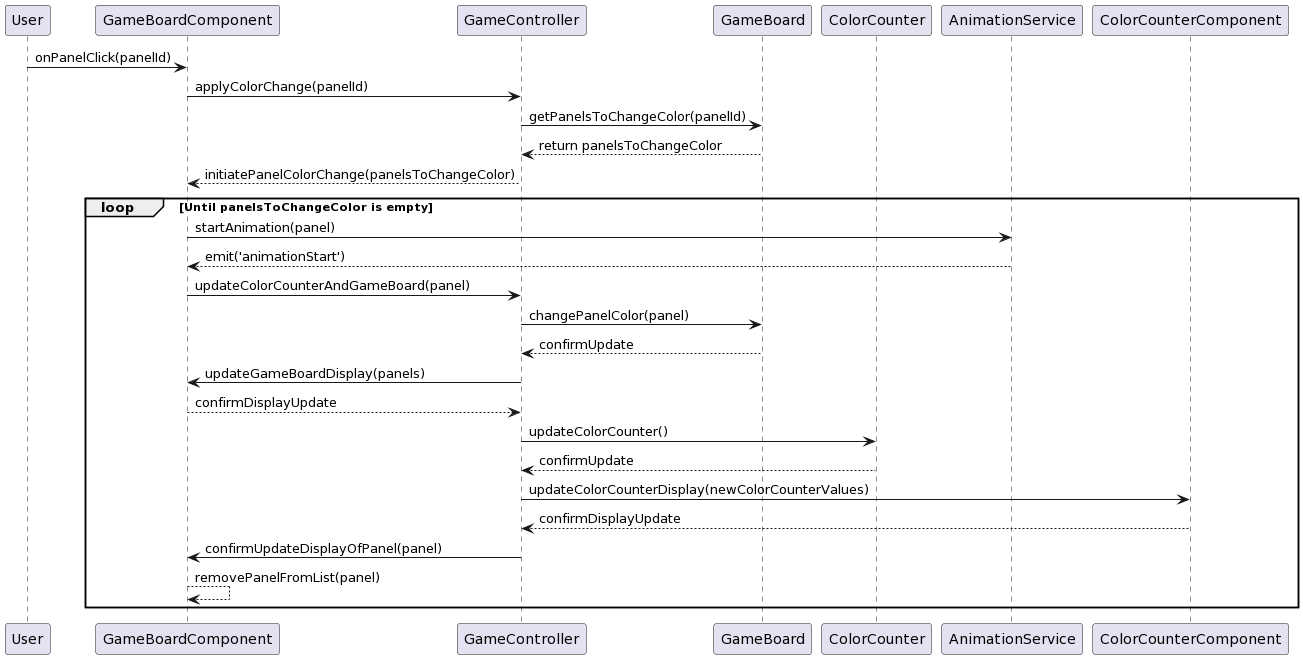
Earlier version of the PlantUML export docs/GamePlayInteractionFlow.png (AkamatsuYuu1987/TS-Attack25).
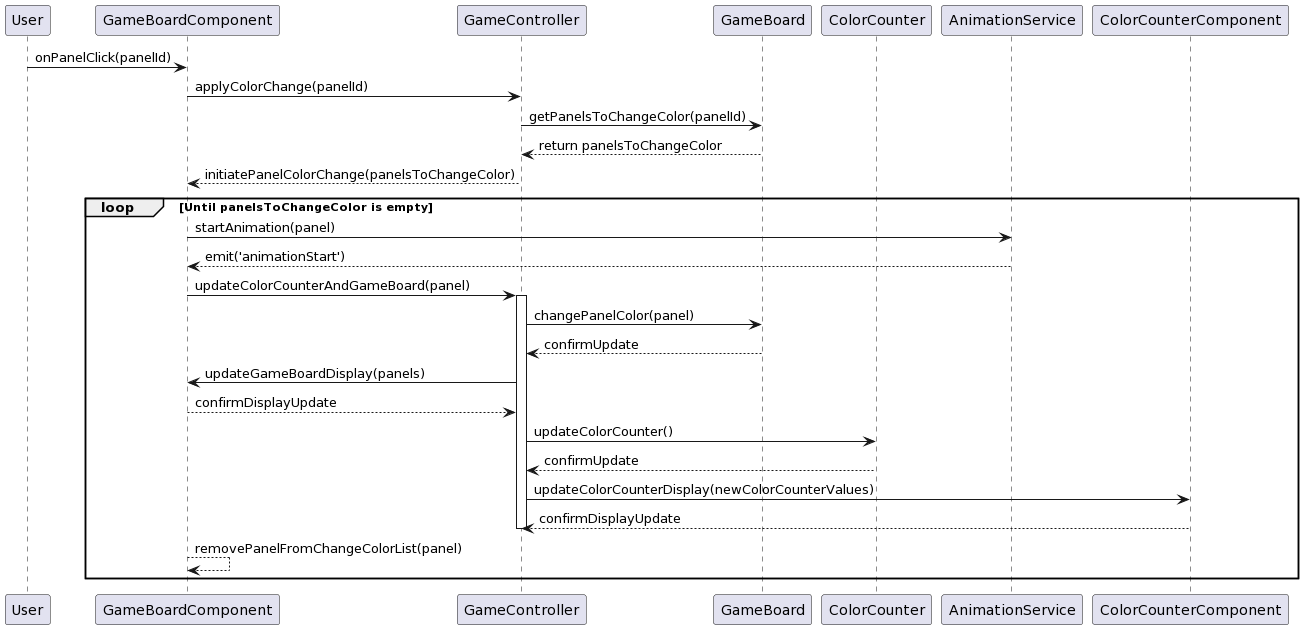
After the commit.

Commit message:
UI制御フローでVue.jsの設計原則に従わない箇所を修正

What changed in the source:
```diff
@@ -16,6 +16,7 @@
     GameBoardComponent -> AnimationService : startAnimation(panel)
     AnimationService --> GameBoardComponent : emit('animationStart')
     GameBoardComponent -> GameController : updateColorCounterAndGameBoard(panel)
+    activate GameController
     GameController -> GameBoard : changePanelColor(panel)
     GameBoard --> GameController : confirmUpdate
     GameController -> GameBoardComponent : updateGameBoardDisplay(panels)
@@ -24,7 +25,7 @@
     ColorCounter --> GameController : confirmUpdate
     GameController -> ColorCounterComponent : updateColorCounterDisplay(newColorCounterValues)
     ColorCounterComponent --> GameController : confirmDisplayUpdate
-    GameController -> GameBoardComponent : confirmUpdateDisplayOfPanel(panel)
-    GameBoardComponent --> GameBoardComponent : removePanelFromList(panel)
+    deactivate GameController
+    GameBoardComponent --> GameBoardComponent : removePanelFromChangeColorList(panel)
 end
 @enduml
```
